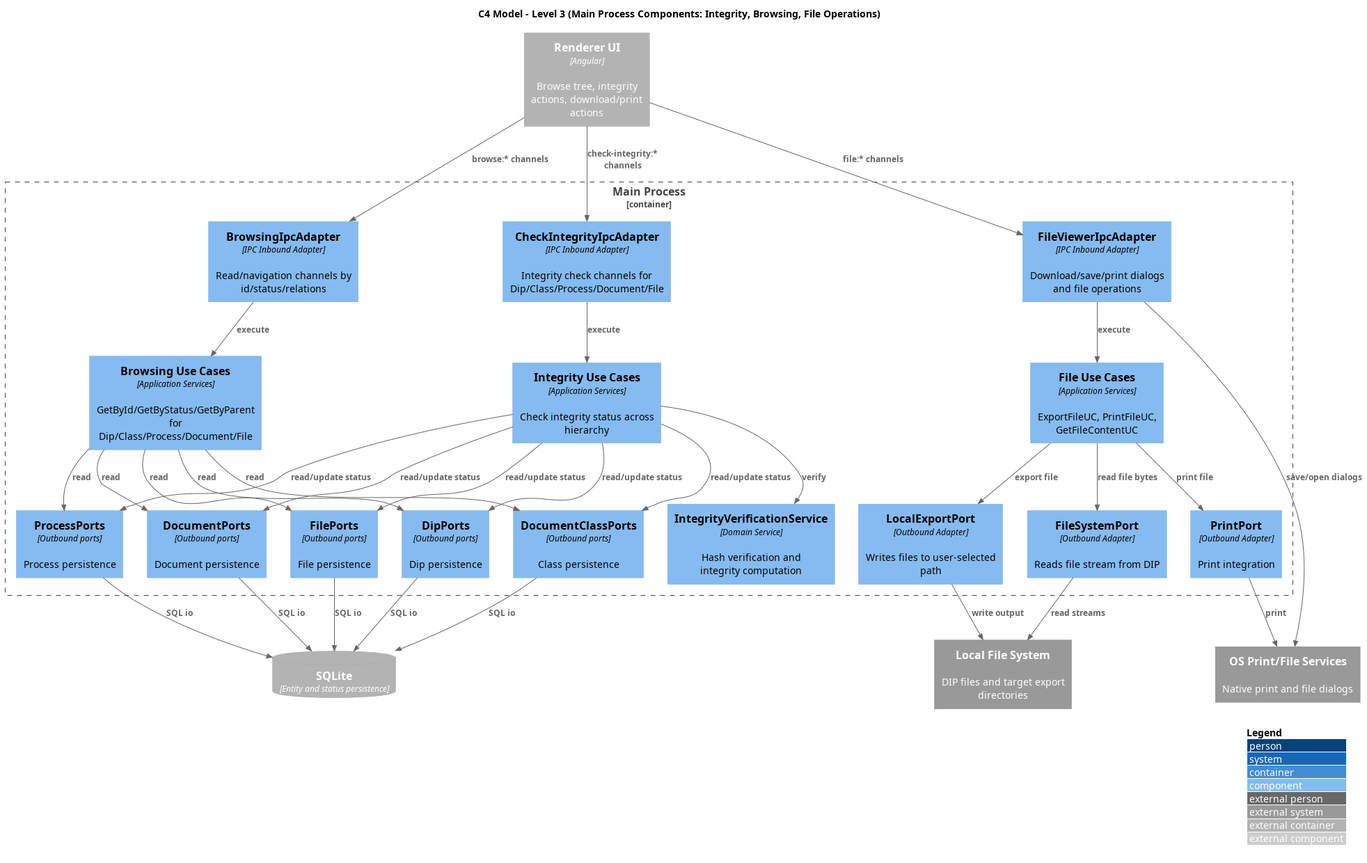
Before: assets/outDiagrammiST/C3_Backend_Browsing_Integrity.png, a diagram exported from PlantUML (7-ZPUs/Docs).
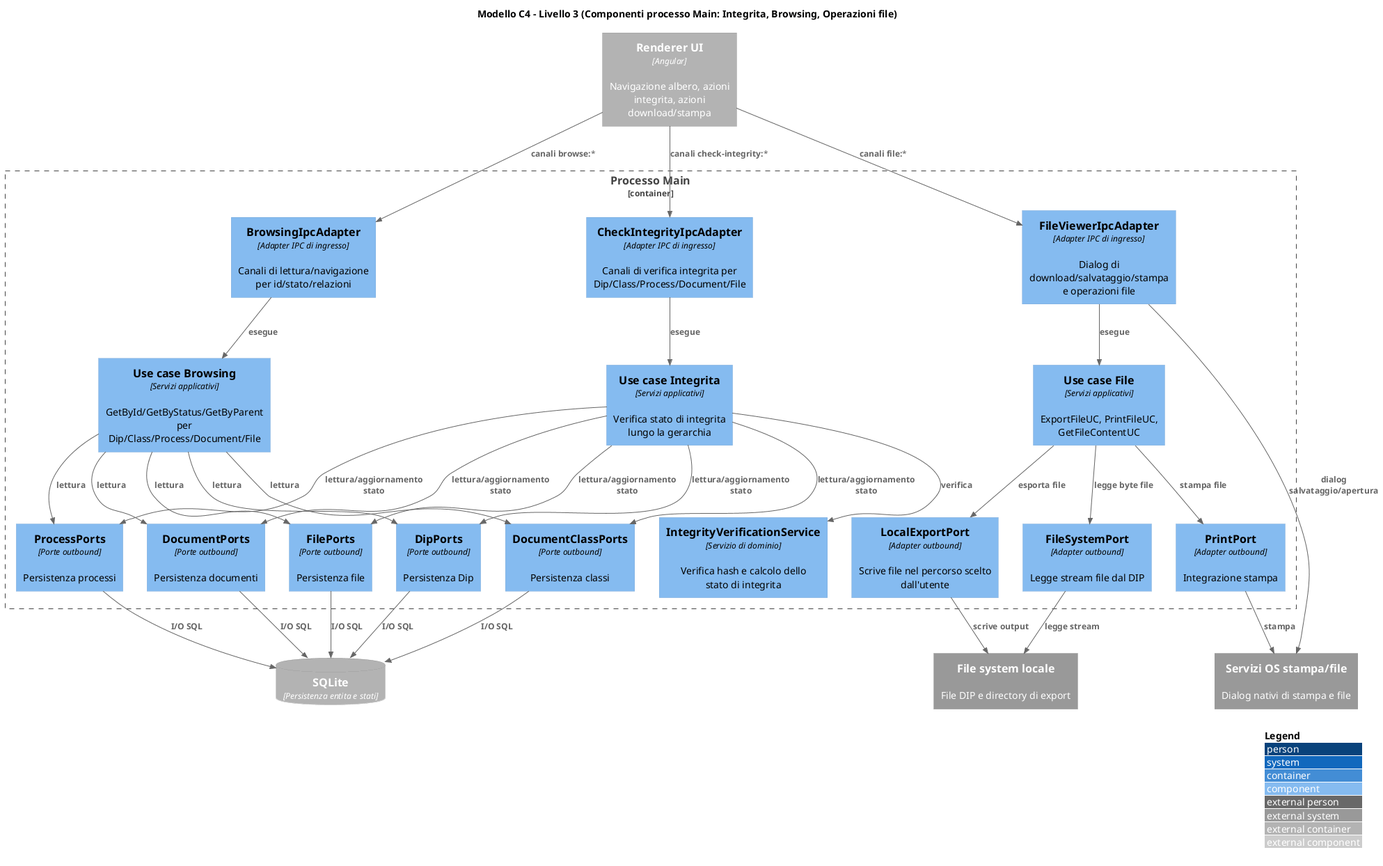
The same diagram one commit later.

Diff of the diagram source:
```diff
@@ -1,72 +1,72 @@
 @startuml C3_Main_Integrity_Browsing_FileOps
 !includeurl https://raw.githubusercontent.com/plantuml-stdlib/C4-PlantUML/master/C4_Component.puml
 
-title C4 Model - Level 3 (Main Process Components: Integrity, Browsing, File Operations)
+title Modello C4 - Livello 3 (Componenti processo Main: Integrita, Browsing, Operazioni file)
 
 LAYOUT_WITH_LEGEND()
 
-Container_Boundary(main_container, "Main Process") {
-  Component(browsing_ipc, "BrowsingIpcAdapter", "IPC Inbound Adapter", "Read/navigation channels by id/status/relations")
-  Component(integrity_ipc, "CheckIntegrityIpcAdapter", "IPC Inbound Adapter", "Integrity check channels for Dip/Class/Process/Document/File")
-  Component(file_ipc, "FileViewerIpcAdapter", "IPC Inbound Adapter", "Download/save/print dialogs and file operations")
+Container_Boundary(main_container, "Processo Main") {
+  Component(browsing_ipc, "BrowsingIpcAdapter", "Adapter IPC di ingresso", "Canali di lettura/navigazione per id/stato/relazioni")
+  Component(integrity_ipc, "CheckIntegrityIpcAdapter", "Adapter IPC di ingresso", "Canali di verifica integrita per Dip/Class/Process/Document/File")
+  Component(file_ipc, "FileViewerIpcAdapter", "Adapter IPC di ingresso", "Dialog di download/salvataggio/stampa e operazioni file")
 
-  Component(browse_ucs, "Browsing Use Cases", "Application Services", "GetById/GetByStatus/GetByParent for Dip/Class/Process/Document/File")
-  Component(integrity_ucs, "Integrity Use Cases", "Application Services", "Check integrity status across hierarchy")
-  Component(file_ucs, "File Use Cases", "Application Services", "ExportFileUC, PrintFileUC, GetFileContentUC")
+  Component(browse_ucs, "Use case Browsing", "Servizi applicativi", "GetById/GetByStatus/GetByParent per Dip/Class/Process/Document/File")
+  Component(integrity_ucs, "Use case Integrita", "Servizi applicativi", "Verifica stato di integrita lungo la gerarchia")
+  Component(file_ucs, "Use case File", "Servizi applicativi", "ExportFileUC, PrintFileUC, GetFileContentUC")
 
-  Component(integrity_service, "IntegrityVerificationService", "Domain Service", "Hash verification and integrity computation")
+  Component(integrity_service, "IntegrityVerificationService", "Servizio di dominio", "Verifica hash e calcolo dello stato di integrita")
 
-  Component(dip_repo, "DipPorts", "Outbound ports", "Dip persistence")
-  Component(class_repo, "DocumentClassPorts", "Outbound ports", "Class persistence")
-  Component(process_repo, "ProcessPorts", "Outbound ports", "Process persistence")
-  Component(doc_repo, "DocumentPorts", "Outbound ports", "Document persistence")
-  Component(file_repo, "FilePorts", "Outbound ports", "File persistence")
+  Component(dip_repo, "DipPorts", "Porte outbound", "Persistenza Dip")
+  Component(class_repo, "DocumentClassPorts", "Porte outbound", "Persistenza classi")
+  Component(process_repo, "ProcessPorts", "Porte outbound", "Persistenza processi")
+  Component(doc_repo, "DocumentPorts", "Porte outbound", "Persistenza documenti")
+  Component(file_repo, "FilePorts", "Porte outbound", "Persistenza file")
 
-  Component(export_port, "LocalExportPort", "Outbound Adapter", "Writes files to user-selected path")
-  Component(print_port, "PrintPort", "Outbound Adapter", "Print integration")
-  Component(package_reader, "FileSystemPort", "Outbound Adapter", "Reads file stream from DIP")
+  Component(export_port, "LocalExportPort", "Adapter outbound", "Scrive file nel percorso scelto dall'utente")
+  Component(print_port, "PrintPort", "Adapter outbound", "Integrazione stampa")
+  Component(package_reader, "FileSystemPort", "Adapter outbound", "Legge stream file dal DIP")
 }
 
-Container_Ext(renderer, "Renderer UI", "Angular", "Browse tree, integrity actions, download/print actions")
-ContainerDb_Ext(sqlite, "SQLite", "Entity and status persistence")
-System_Ext(local_fs, "Local File System", "DIP files and target export directories")
-System_Ext(os_services, "OS Print/File Services", "Native print and file dialogs")
+Container_Ext(renderer, "Renderer UI", "Angular", "Navigazione albero, azioni integrita, azioni download/stampa")
+ContainerDb_Ext(sqlite, "SQLite", "Persistenza entita e stati")
+System_Ext(local_fs, "File system locale", "File DIP e directory di export")
+System_Ext(os_services, "Servizi OS stampa/file", "Dialog nativi di stampa e file")
 
-Rel(renderer, browsing_ipc, "browse:* channels")
-Rel(renderer, integrity_ipc, "check-integrity:* channels")
-Rel(renderer, file_ipc, "file:* channels")
+Rel(renderer, browsing_ipc, "canali browse:*")
+Rel(renderer, integrity_ipc, "canali check-integrity:*")
+Rel(renderer, file_ipc, "canali file:*")
 
-Rel(browsing_ipc, browse_ucs, "execute")
-Rel(integrity_ipc, integrity_ucs, "execute")
-Rel(file_ipc, file_ucs, "execute")
+Rel(browsing_ipc, browse_ucs, "esegue")
+Rel(integrity_ipc, integrity_ucs, "esegue")
+Rel(file_ipc, file_ucs, "esegue")
 
-Rel(integrity_ucs, integrity_service, "verify")
+Rel(integrity_ucs, integrity_service, "verifica")
 
-Rel(browse_ucs, dip_repo, "read")
-Rel(browse_ucs, class_repo, "read")
-Rel(browse_ucs, process_repo, "read")
-Rel(browse_ucs, doc_repo, "read")
-Rel(browse_ucs, file_repo, "read")
+Rel(browse_ucs, dip_repo, "lettura")
+Rel(browse_ucs, class_repo, "lettura")
+Rel(browse_ucs, process_repo, "lettura")
+Rel(browse_ucs, doc_repo, "lettura")
+Rel(browse_ucs, file_repo, "lettura")
 
-Rel(integrity_ucs, dip_repo, "read/update status")
-Rel(integrity_ucs, class_repo, "read/update status")
-Rel(integrity_ucs, process_repo, "read/update status")
-Rel(integrity_ucs, doc_repo, "read/update status")
-Rel(integrity_ucs, file_repo, "read/update status")
+Rel(integrity_ucs, dip_repo, "lettura/aggiornamento stato")
+Rel(integrity_ucs, class_repo, "lettura/aggiornamento stato")
+Rel(integrity_ucs, process_repo, "lettura/aggiornamento stato")
+Rel(integrity_ucs, doc_repo, "lettura/aggiornamento stato")
+Rel(integrity_ucs, file_repo, "lettura/aggiornamento stato")
 
-Rel(file_ucs, package_reader, "read file bytes")
-Rel(file_ucs, export_port, "export file")
-Rel(file_ucs, print_port, "print file")
+Rel(file_ucs, package_reader, "legge byte file")
+Rel(file_ucs, export_port, "esporta file")
+Rel(file_ucs, print_port, "stampa file")
 
-Rel(dip_repo, sqlite, "SQL io")
-Rel(class_repo, sqlite, "SQL io")
-Rel(process_repo, sqlite, "SQL io")
-Rel(doc_repo, sqlite, "SQL io")
-Rel(file_repo, sqlite, "SQL io")
+Rel(dip_repo, sqlite, "I/O SQL")
+Rel(class_repo, sqlite, "I/O SQL")
+Rel(process_repo, sqlite, "I/O SQL")
+Rel(doc_repo, sqlite, "I/O SQL")
+Rel(file_repo, sqlite, "I/O SQL")
 
-Rel(package_reader, local_fs, "read streams")
-Rel(export_port, local_fs, "write output")
-Rel(print_port, os_services, "print")
-Rel(file_ipc, os_services, "save/open dialogs")
+Rel(package_reader, local_fs, "legge stream")
+Rel(export_port, local_fs, "scrive output")
+Rel(print_port, os_services, "stampa")
+Rel(file_ipc, os_services, "dialog salvataggio/apertura")
 
 @enduml
```
